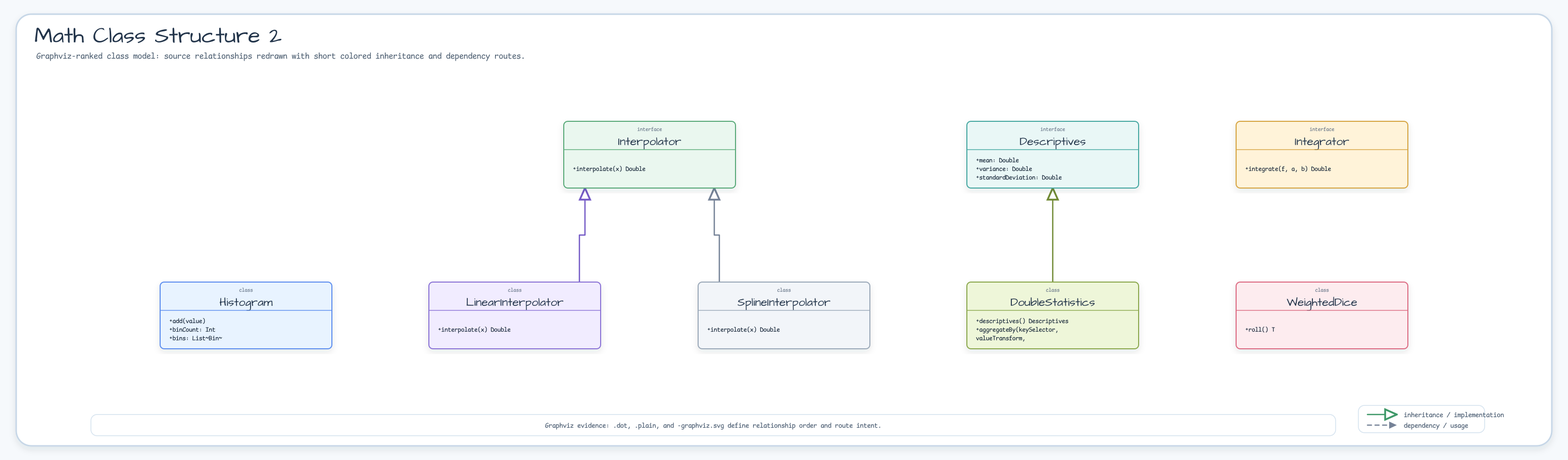
The Graphviz diagram docs/images/readme-diagrams/utils-math-diagram-02.png in bluetape4k/bluetape4k-projects, before a commit. Its source is kept beside it as docs/images/readme-diagrams/utils-math-diagram-02.dot. The source it was exported from:
```dot
digraph G {
  graph [rankdir=TB, splines=ortho, nodesep=0.95, ranksep=1.2, outputorder=edgesfirst, pack=false, sep="+0.9,0.9"];
  node [shape=box, style="rounded,filled", fontname="Comic Mono", fontsize=11, margin="0.16,0.10", width=2.8, height=1.05];
  edge [fontname="Comic Mono", fontsize=10, arrowsize=0.75, penwidth=1.8];
  Histogram [label="Histogram", fillcolor="#E8F3FF", color="#5B8DEF"];
  Interpolator [label="Interpolator", fillcolor="#EAF7EF", color="#58A978"];
  Descriptives [label="Descriptives", fillcolor="#E9F7F6", color="#45A7A1"];
  Integrator [label="Integrator", fillcolor="#FFF3D9", color="#D6A441"];
  WeightedDice [label="WeightedDice", fillcolor="#FDECEF", color="#DC6B82"];
  LinearInterpolator [label="LinearInterpolator", fillcolor="#F1ECFF", color="#8A72D6"];
  DoubleStatistics [label="DoubleStatistics", fillcolor="#EEF6D9", color="#8BA84D"];
  SplineInterpolator [label="SplineInterpolator", fillcolor="#F2F5F9", color="#9AA8B8"];
  { rank=source; Interpolator; Descriptives; Integrator; }
  Interpolator -> SplineInterpolator [color="#758297", fontcolor="#758297", style="solid", arrowhead="none", weight=10];
  Interpolator -> LinearInterpolator [color="#755BC6", fontcolor="#755BC6", style="solid", arrowhead="none", weight=10];
  Descriptives -> DoubleStatistics [color="#718A35", fontcolor="#718A35", style="solid", arrowhead="none", weight=10];
}
```
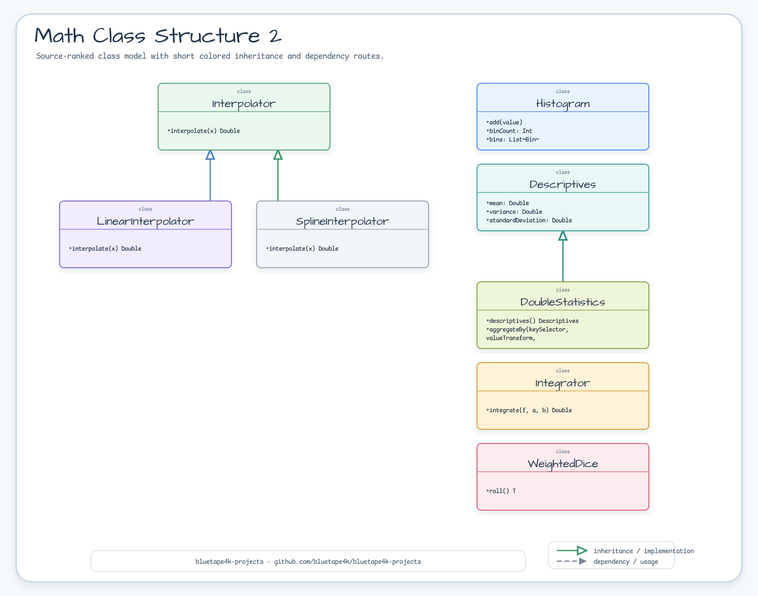
After the change.

Change to the diagram source:
```diff
@@ -10,8 +10,7 @@
   LinearInterpolator [label="LinearInterpolator", fillcolor="#F1ECFF", color="#8A72D6"];
   DoubleStatistics [label="DoubleStatistics", fillcolor="#EEF6D9", color="#8BA84D"];
   SplineInterpolator [label="SplineInterpolator", fillcolor="#F2F5F9", color="#9AA8B8"];
-  { rank=source; Interpolator; Descriptives; Integrator; }
-  Interpolator -> SplineInterpolator [color="#758297", fontcolor="#758297", style="solid", arrowhead="none", weight=10];
-  Interpolator -> LinearInterpolator [color="#755BC6", fontcolor="#755BC6", style="solid", arrowhead="none", weight=10];
-  Descriptives -> DoubleStatistics [color="#718A35", fontcolor="#718A35", style="solid", arrowhead="none", weight=10];
+  Interpolator -> SplineInterpolator [color="#3E9868", fontcolor="#3E9868", style="solid", arrowhead="none", weight=10];
+  Interpolator -> LinearInterpolator [color="#4F83BF", fontcolor="#4F83BF", style="solid", arrowhead="none", weight=10];
+  Descriptives -> DoubleStatistics [color="#2E8F89", fontcolor="#2E8F89", style="solid", arrowhead="none", weight=10];
 }
```
